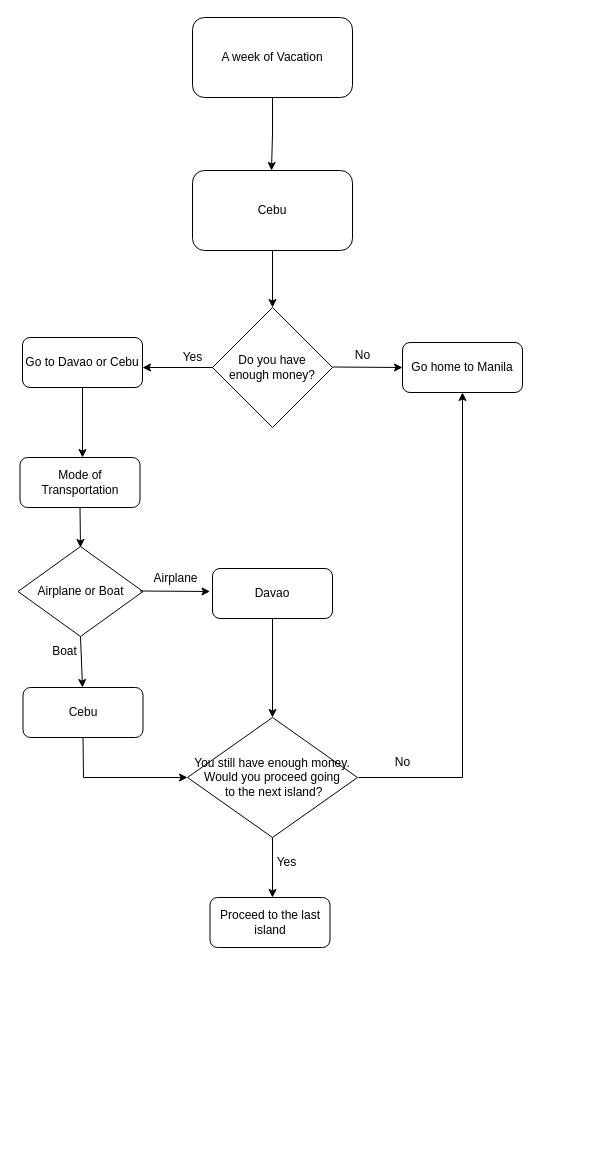
Earlier version of the draw.io diagram Untitled Diagram.drawio (hnnhpdll/CCINCOML_EXERCISES_COM23P). Source tidied: cells renumbered, new cells numbered last; positions are measured from the earlier drawing's top-left corner, leaving out a move shared by most shapes. Both pictures are drawn from the tidied source at 100%, with x=0, y=0 at pixel (18, 17).
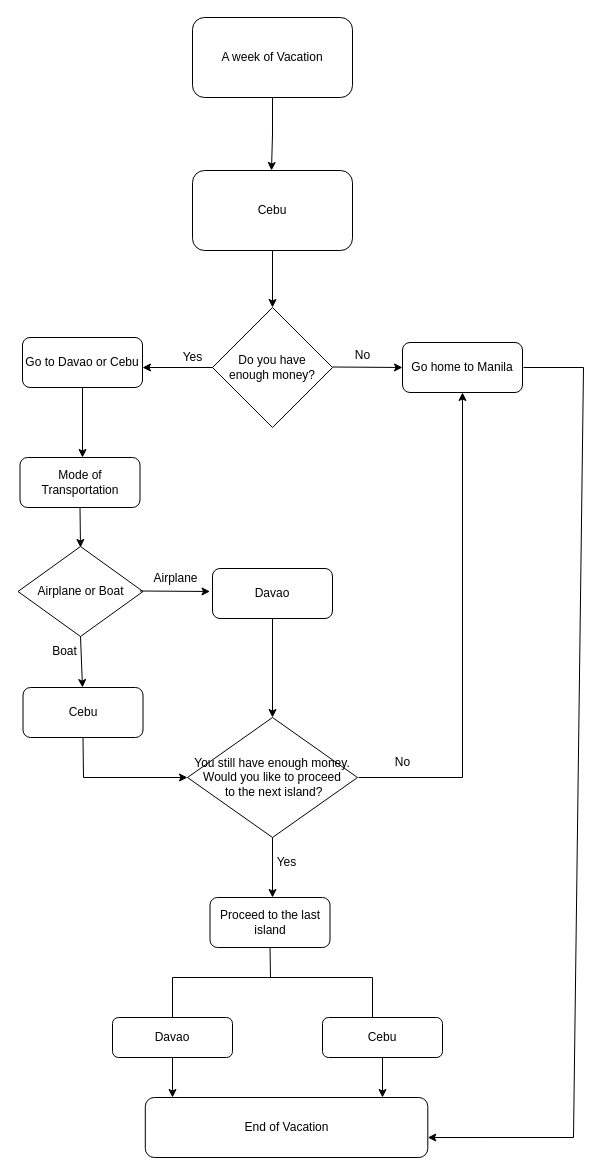
The same page after the edit.

The change refers to these unchanged cells:
```xml
<mxCell id="30" value="Proceed to the last island" style="rounded=1;whiteSpace=wrap;html=1;" parent="1" vertex="1">
  <mxGeometry x="191.5" y="880" width="120" height="50" as="geometry" />
</mxCell>
```

What changed in the source:
```diff
@@
-    <mxCell id="24" value="You still have enough money. Would you proceed going&lt;br&gt;&amp;nbsp;to the next island?" style="rhombus;whiteSpace=wrap;html=1;" parent="1" vertex="1">
+    <mxCell id="24" value="You still have enough money. Would you like to proceed&lt;br&gt;&amp;nbsp;to the next island?" style="rhombus;whiteSpace=wrap;html=1;" parent="1" vertex="1">
       <mxGeometry x="169" y="700" width="170" height="120" as="geometry" />
     </mxCell>
@@
+    <mxCell id="31" style="endArrow=none;html=1;rounded=0;entryX=0.5;entryY=1;entryDx=0;entryDy=0;" parent="1" edge="1" target="30">
+      <mxGeometry relative="1" as="geometry">
+        <mxPoint x="252" y="960" as="sourcePoint" />
+      </mxGeometry>
+    </mxCell>
+    <mxCell id="32" style="endArrow=none;html=1;rounded=0;" parent="1" edge="1">
+      <mxGeometry relative="1" as="geometry">
+        <mxPoint x="154" y="960" as="sourcePoint" />
+        <mxPoint x="354" y="960" as="targetPoint" />
+      </mxGeometry>
+    </mxCell>
+    <mxCell id="33" style="endArrow=none;html=1;rounded=0;" parent="1" edge="1">
+      <mxGeometry relative="1" as="geometry">
+        <mxPoint x="154" y="1000" as="sourcePoint" />
+        <mxPoint x="154" y="960" as="targetPoint" />
+      </mxGeometry>
+    </mxCell>
+    <mxCell id="34" style="endArrow=none;html=1;rounded=0;" parent="1" edge="1">
+      <mxGeometry relative="1" as="geometry">
+        <mxPoint x="354" y="1000" as="sourcePoint" />
+        <mxPoint x="354" y="960" as="targetPoint" />
+      </mxGeometry>
+    </mxCell>
+    <mxCell id="35" value="Davao" style="rounded=1;whiteSpace=wrap;html=1;" parent="1" vertex="1">
+      <mxGeometry x="94" y="1000" width="120" height="40" as="geometry" />
+    </mxCell>
+    <mxCell id="36" value="Cebu" style="rounded=1;whiteSpace=wrap;html=1;" parent="1" vertex="1">
+      <mxGeometry x="304" y="1000" width="120" height="40" as="geometry" />
+    </mxCell>
+    <mxCell id="37" style="endArrow=classic;html=1;rounded=0;exitX=0.5;exitY=1;exitDx=0;exitDy=0;" parent="1" edge="1" source="35">
+      <mxGeometry relative="1" as="geometry">
+        <mxPoint x="154" y="1080" as="targetPoint" />
+      </mxGeometry>
+    </mxCell>
+    <mxCell id="38" style="endArrow=classic;html=1;rounded=0;exitX=0.5;exitY=1;exitDx=0;exitDy=0;" parent="1" edge="1" source="36">
+      <mxGeometry relative="1" as="geometry">
+        <mxPoint x="364" y="1080" as="targetPoint" />
+      </mxGeometry>
+    </mxCell>
+    <mxCell id="39" value="End of Vacation" style="rounded=1;whiteSpace=wrap;html=1;" parent="1" vertex="1">
+      <mxGeometry x="126.8" y="1080" width="282.5" height="60" as="geometry" />
+    </mxCell>
+    <mxCell id="40" style="endArrow=classic;html=1;rounded=0;exitX=1;exitY=0.5;exitDx=0;exitDy=0;entryX=1;entryY=0.667;entryDx=0;entryDy=0;entryPerimeter=0;" parent="1" edge="1" target="39">
+      <mxGeometry relative="1" as="geometry">
+        <mxPoint x="505" y="350" as="sourcePoint" />
+        <Array as="points">
+          <mxPoint x="565" y="350" />
+          <mxPoint x="555" y="1120" />
+        </Array>
+      </mxGeometry>
+    </mxCell>
```
